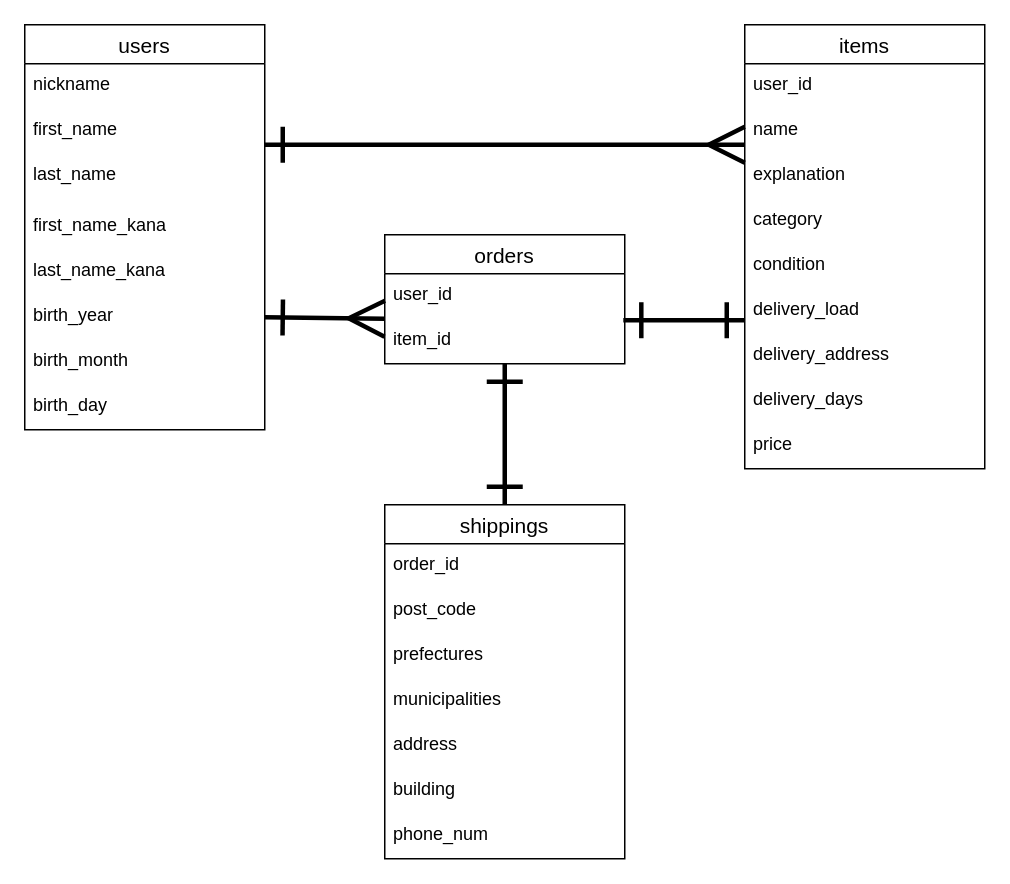
Before: ER.dio in natimura/furima-39387, a draw.io diagram. Source tidied: cells renumbered, new cells numbered last; positions are measured from the earlier drawing's top-left corner, leaving out a move shared by most shapes. Both pictures are drawn from the tidied source at 150%, with x=0, y=0 at pixel (24, 24).
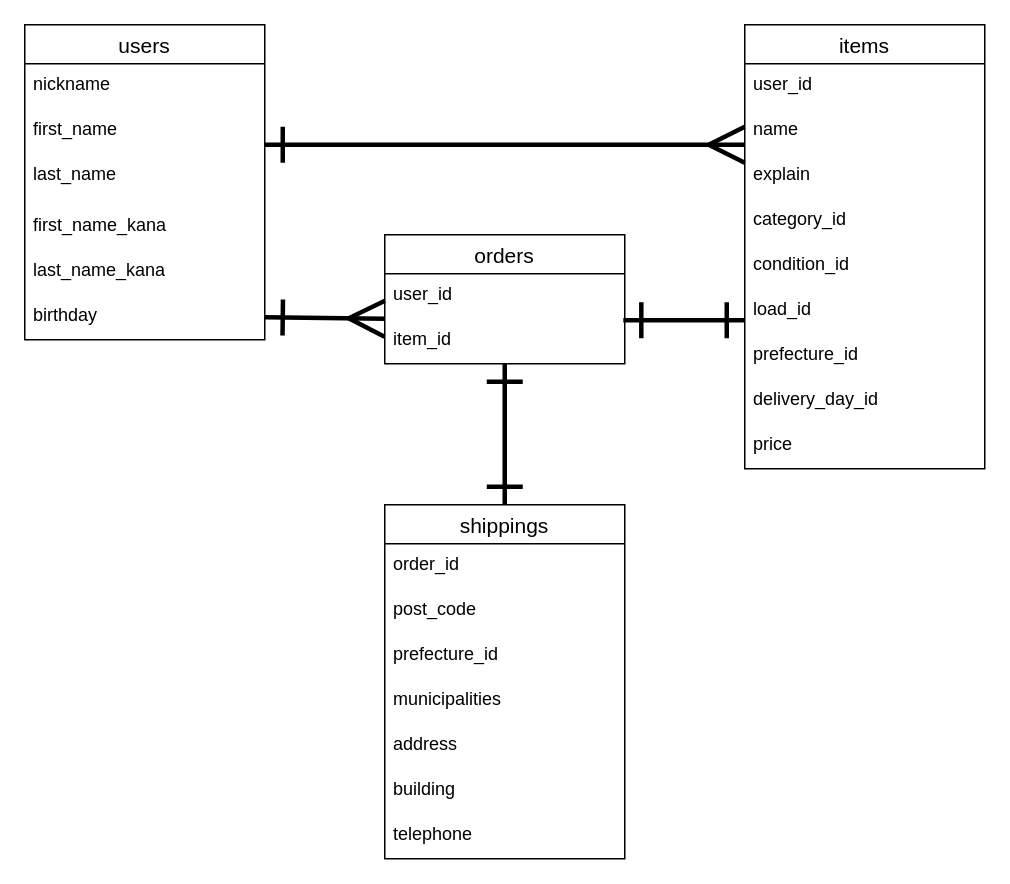
After the change.

The change refers to these unchanged cells:
```xml
<mxCell id="11" value="items" style="swimlane;fontStyle=0;horizontal=1;startSize=26;align=center;fontSize=14;" parent="1" vertex="1">
  <mxGeometry x="480" width="160" height="296" as="geometry" />
</mxCell>
<mxCell id="24" value="shippings" style="swimlane;fontStyle=0;horizontal=1;startSize=26;align=center;fontSize=14;" parent="1" vertex="1">
  <mxGeometry x="240" y="320" width="160" height="236" as="geometry" />
</mxCell>
```

Diff of the diagram source:
```diff
@@
     <mxCell id="2" value="users" style="swimlane;fontStyle=0;horizontal=1;startSize=26;align=center;fontSize=14;" parent="1" vertex="1">
-      <mxGeometry width="160" height="270" as="geometry" />
+      <mxGeometry width="160" height="210" as="geometry" />
     </mxCell>
@@
-    <mxCell id="8" value="birth_year" style="text;strokeColor=none;fillColor=none;spacingLeft=4;spacingRight=4;overflow=hidden;points=[[0,0.5],[1,0.5]];portConstraint=eastwest;fontSize=12;" parent="2" vertex="1">
+    <mxCell id="8" value="birthday" style="text;strokeColor=none;fillColor=none;spacingLeft=4;spacingRight=4;overflow=hidden;points=[[0,0.5],[1,0.5]];portConstraint=eastwest;fontSize=12;" parent="2" vertex="1">
       <mxGeometry y="180" width="160" height="30" as="geometry" />
     </mxCell>
-    <mxCell id="9" value="birth_month" style="text;strokeColor=none;fillColor=none;spacingLeft=4;spacingRight=4;overflow=hidden;fontSize=12;" parent="2" vertex="1">
-      <mxGeometry y="210" width="160" height="30" as="geometry" />
-    </mxCell>
-    <mxCell id="10" value="birth_day" style="text;strokeColor=none;fillColor=none;spacingLeft=4;spacingRight=4;overflow=hidden;fontSize=12;" parent="2" vertex="1">
-      <mxGeometry y="240" width="160" height="30" as="geometry" />
-    </mxCell>
@@
-    <mxCell id="14" value="explanation" style="text;strokeColor=none;fillColor=none;spacingLeft=4;spacingRight=4;overflow=hidden;fontSize=12;" parent="11" vertex="1">
+    <mxCell id="14" value="explain" style="text;strokeColor=none;fillColor=none;spacingLeft=4;spacingRight=4;overflow=hidden;fontSize=12;" parent="11" vertex="1">
       <mxGeometry y="86" width="160" height="30" as="geometry" />
     </mxCell>
-    <mxCell id="15" value="category" style="text;strokeColor=none;fillColor=none;spacingLeft=4;spacingRight=4;overflow=hidden;fontSize=12;" parent="11" vertex="1">
+    <mxCell id="15" value="category_id" style="text;strokeColor=none;fillColor=none;spacingLeft=4;spacingRight=4;overflow=hidden;fontSize=12;" parent="11" vertex="1">
       <mxGeometry y="116" width="160" height="30" as="geometry" />
     </mxCell>
-    <mxCell id="16" value="condition" style="text;strokeColor=none;fillColor=none;spacingLeft=4;spacingRight=4;overflow=hidden;fontSize=12;" parent="11" vertex="1">
+    <mxCell id="16" value="condition_id" style="text;strokeColor=none;fillColor=none;spacingLeft=4;spacingRight=4;overflow=hidden;fontSize=12;" parent="11" vertex="1">
       <mxGeometry y="146" width="160" height="30" as="geometry" />
     </mxCell>
-    <mxCell id="17" value="delivery_load" style="text;strokeColor=none;fillColor=none;spacingLeft=4;spacingRight=4;overflow=hidden;fontSize=12;" parent="11" vertex="1">
+    <mxCell id="17" value="load_id" style="text;strokeColor=none;fillColor=none;spacingLeft=4;spacingRight=4;overflow=hidden;fontSize=12;" parent="11" vertex="1">
       <mxGeometry y="176" width="160" height="30" as="geometry" />
     </mxCell>
-    <mxCell id="18" value="delivery_address" style="text;strokeColor=none;fillColor=none;spacingLeft=4;spacingRight=4;overflow=hidden;fontSize=12;" parent="11" vertex="1">
+    <mxCell id="18" value="prefecture_id" style="text;strokeColor=none;fillColor=none;spacingLeft=4;spacingRight=4;overflow=hidden;fontSize=12;" parent="11" vertex="1">
       <mxGeometry y="206" width="160" height="30" as="geometry" />
     </mxCell>
-    <mxCell id="19" value="delivery_days" style="text;strokeColor=none;fillColor=none;spacingLeft=4;spacingRight=4;overflow=hidden;fontSize=12;" parent="11" vertex="1">
+    <mxCell id="19" value="delivery_day_id" style="text;strokeColor=none;fillColor=none;spacingLeft=4;spacingRight=4;overflow=hidden;fontSize=12;" parent="11" vertex="1">
       <mxGeometry y="236" width="160" height="30" as="geometry" />
     </mxCell>
@@
-    <mxCell id="27" value="prefectures" style="text;strokeColor=none;fillColor=none;spacingLeft=4;spacingRight=4;overflow=hidden;fontSize=12;" parent="24" vertex="1">
+    <mxCell id="27" value="prefecture_id" style="text;strokeColor=none;fillColor=none;spacingLeft=4;spacingRight=4;overflow=hidden;fontSize=12;" parent="24" vertex="1">
       <mxGeometry y="86" width="160" height="30" as="geometry" />
     </mxCell>
@@
-    <mxCell id="31" value="phone_num" style="text;strokeColor=none;fillColor=none;spacingLeft=4;spacingRight=4;overflow=hidden;fontSize=12;" parent="24" vertex="1">
+    <mxCell id="31" value="telephone" style="text;strokeColor=none;fillColor=none;spacingLeft=4;spacingRight=4;overflow=hidden;fontSize=12;" parent="24" vertex="1">
       <mxGeometry y="206" width="160" height="30" as="geometry" />
     </mxCell>
```
